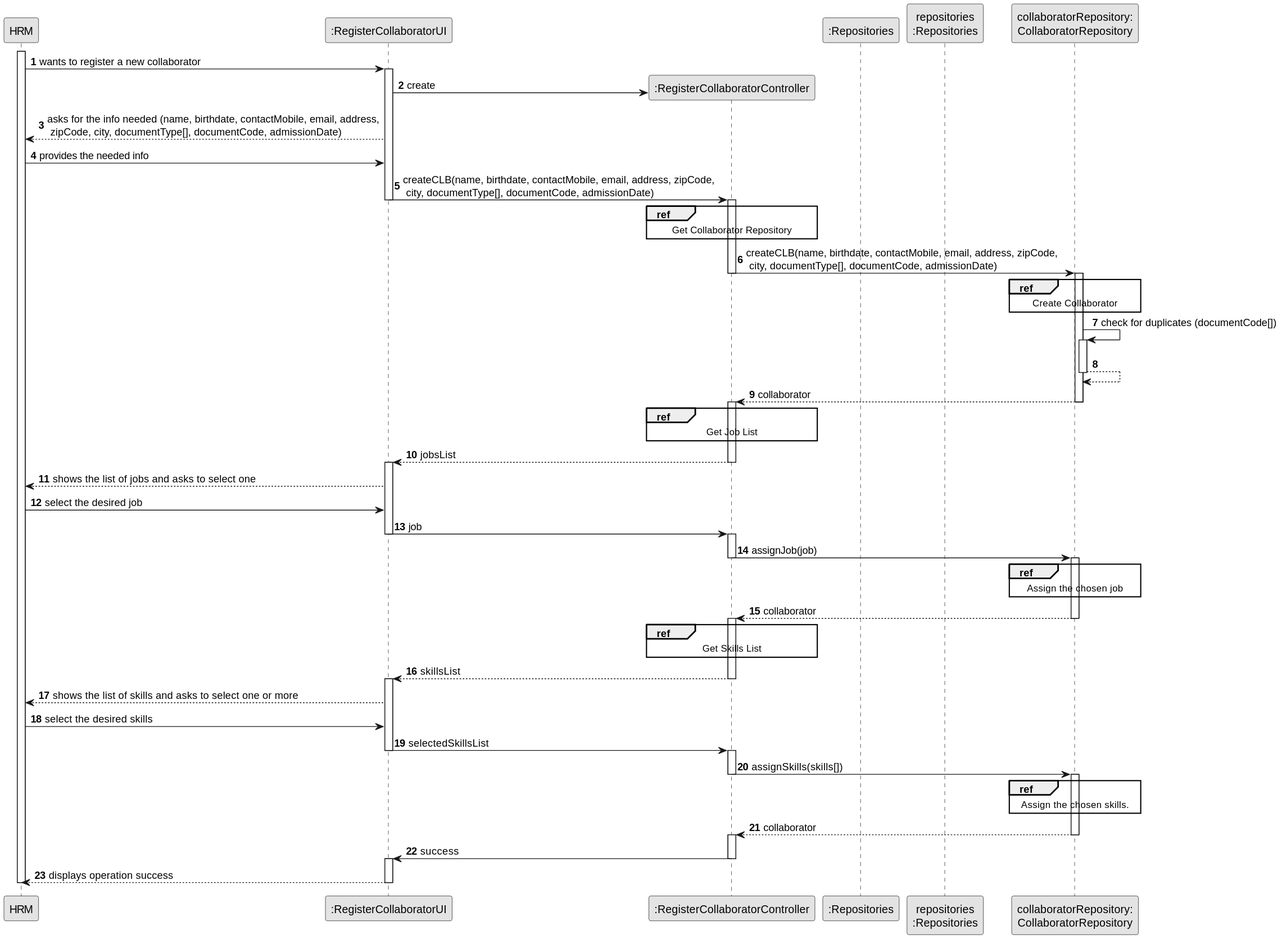
This is docs/sprintB/us003/03.design/svg/us003-sequence-diagram-split.svg from ricardomm7/leaflink, a PlantUML export, as it was before one commit. The source it was exported from:
```plantuml
@startuml
skinparam monochrome true
skinparam packageStyle rectangle
skinparam shadowing false

autonumber

participant "HRM" as HRM
participant ":RegisterCollaboratorUI" as UI
participant ":RegisterCollaboratorController" as CTRL
participant ":Repositories" as GlobRepo
participant "repositories\n:Repositories" as PLAT
participant "collaboratorRepository:\nCollaboratorRepository" as CLBREP


activate HRM
HRM -> UI : wants to register a new collaborator
activate UI
UI -> CTRL** : create
UI --> HRM : asks for the info needed (name, birthdate, contactMobile, email, address,\n zipCode, city, documentType[], documentCode, admissionDate)
HRM -> UI : provides the needed info
UI -> CTRL : createCLB(name, birthdate, contactMobile, email, address, zipCode,\n city, documentType[], documentCode, admissionDate)
deactivate UI
activate CTRL
        ref over CTRL
            Get Collaborator Repository
        end ref

CTRL -> CLBREP : createCLB(name, birthdate, contactMobile, email, address, zipCode,\n city, documentType[], documentCode, admissionDate)
deactivate CTRL
activate CLBREP
        ref over CLBREP
            Create Collaborator
        end ref

activate CLBREP

CLBREP -> CLBREP : check for duplicates (documentCode[])
activate CLBREP
CLBREP --> CLBREP
deactivate CLBREP
CLBREP --> CTRL : collaborator
deactivate CLBREP
deactivate CLBREP

activate CTRL
ref over CTRL
                         Get Job List
                     end ref
CTRL -->UI : jobsList
deactivate CTRL
activate UI
UI --> HRM : shows the list of jobs and asks to select one
HRM -> UI : select the desired job
UI -> CTRL : job
deactivate UI
activate CTRL


CTRL ->CLBREP : assignJob(job)
deactivate CTRL
activate CLBREP

        ref over CLBREP
            Assign the chosen job
        end ref
CLBREP --> CTRL : collaborator
deactivate CLBREP
activate CTRL

        ref over CTRL
            Get Skills List
        end ref
CTRL --> UI : skillsList
deactivate CTRL
activate UI
UI --> HRM : shows the list of skills and asks to select one or more
HRM -> UI : select the desired skills
UI -> CTRL : selectedSkillsList
deactivate UI

activate CTRL

CTRL -> CLBREP : assignSkills(skills[])
deactivate CTRL
activate CLBREP
        ref over CLBREP
            Assign the chosen skills.
        end ref
CLBREP --> CTRL : collaborator
deactivate CLBREP
activate CTRL
CTRL -> UI : success
deactivate CTRL
activate UI
UI --> HRM : displays operation success
deactivate UI
deactivate HRM
@enduml
```
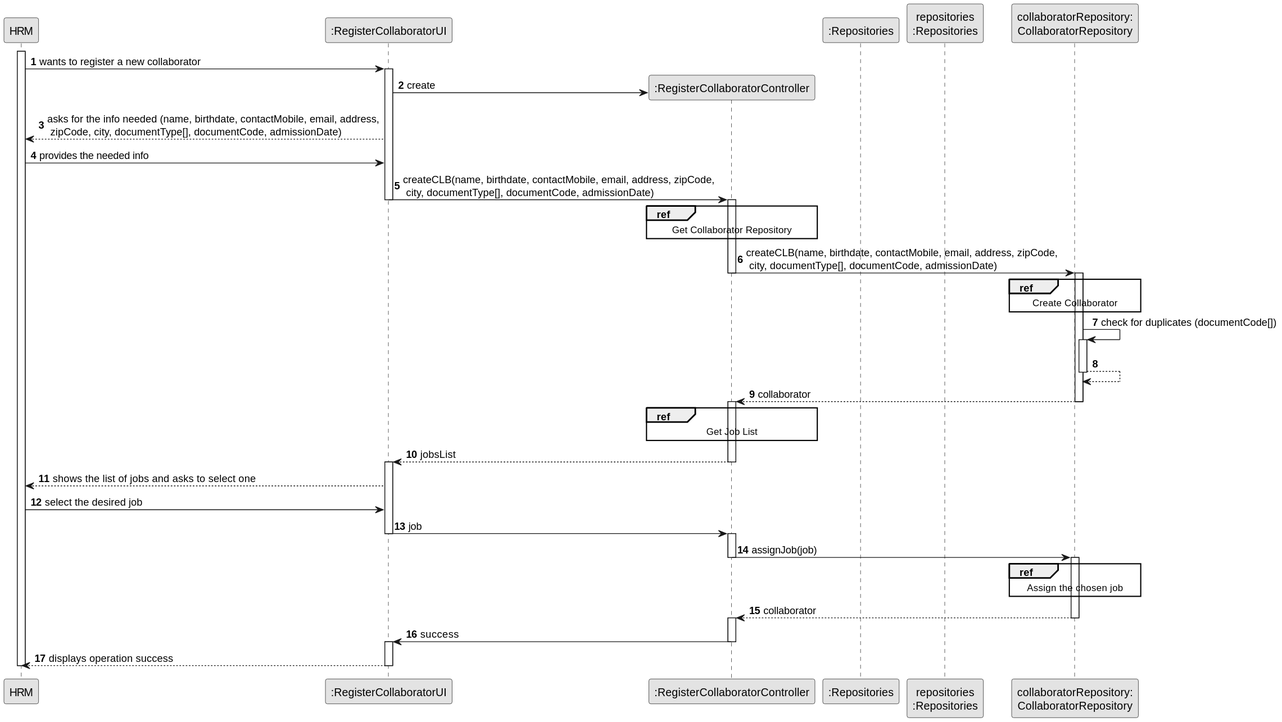
After the commit.

Diff of the diagram source:
```diff
@@ -67,29 +67,6 @@
 CLBREP --> CTRL : collaborator
 deactivate CLBREP
 activate CTRL
-
-        ref over CTRL
-            Get Skills List
-        end ref
-CTRL --> UI : skillsList
-deactivate CTRL
-activate UI
-UI --> HRM : shows the list of skills and asks to select one or more
-HRM -> UI : select the desired skills
-UI -> CTRL : selectedSkillsList
-deactivate UI
-
-activate CTRL
-
-CTRL -> CLBREP : assignSkills(skills[])
-deactivate CTRL
-activate CLBREP
-        ref over CLBREP
-            Assign the chosen skills.
-        end ref
-CLBREP --> CTRL : collaborator
-deactivate CLBREP
-activate CTRL
 CTRL -> UI : success
 deactivate CTRL
 activate UI
```
